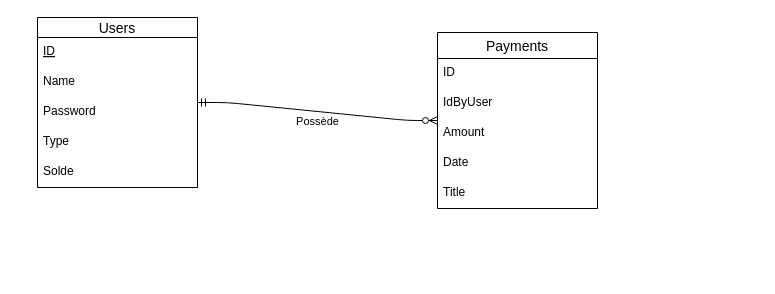
Earlier version of the draw.io diagram Documentation/MCD.drawio (Trobinsch/TPI_RSZ). Source tidied: cells renumbered, new cells numbered last; positions are measured from the earlier drawing's top-left corner, leaving out a move shared by most shapes. Both pictures are drawn from the tidied source at 100%, with x=0, y=0 at pixel (37, 17).
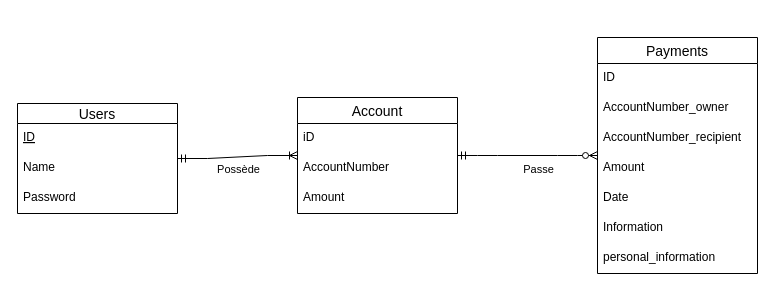
Above is the later version.

The edit, as a diff of the source:
```diff
@@
     <mxCell id="2" value="Users" style="swimlane;fontStyle=0;horizontal=1;startSize=20;align=center;fontSize=14;" parent="1" vertex="1">
-      <mxGeometry width="160" height="170" as="geometry" />
+      <mxGeometry x="-20" y="86" width="160" height="110" as="geometry" />
     </mxCell>
@@
-    <mxCell id="6" value="Type" style="text;strokeColor=none;fillColor=none;spacingLeft=4;spacingRight=4;overflow=hidden;fontSize=12;" parent="2" vertex="1">
-      <mxGeometry y="110" width="160" height="30" as="geometry" />
-    </mxCell>
-    <mxCell id="7" value="Solde" style="text;strokeColor=none;fillColor=none;spacingLeft=4;spacingRight=4;overflow=hidden;fontSize=12;" parent="2" vertex="1">
-      <mxGeometry y="140" width="160" height="30" as="geometry" />
-    </mxCell>
     <mxCell id="8" value="Payments" style="swimlane;fontStyle=0;horizontal=1;startSize=26;align=center;fontSize=14;" parent="1" vertex="1">
-      <mxGeometry x="400" y="15" width="160" height="176" as="geometry" />
+      <mxGeometry x="560" y="20" width="160" height="236" as="geometry" />
     </mxCell>
@@
-    <mxCell id="10" value="IdByUser" style="text;strokeColor=none;fillColor=none;spacingLeft=4;spacingRight=4;overflow=hidden;fontSize=12;" parent="8" vertex="1">
-      <mxGeometry y="56" width="160" height="30" as="geometry" />
-    </mxCell>
+    <mxCell id="16" value="AccountNumber_owner" style="text;strokeColor=none;fillColor=none;spacingLeft=4;spacingRight=4;overflow=hidden;fontSize=12;" parent="8" vertex="1">
+      <mxGeometry y="56" width="160" height="30" as="geometry" />
+    </mxCell>
+    <mxCell id="17" value="AccountNumber_recipient" style="text;strokeColor=none;fillColor=none;spacingLeft=4;spacingRight=4;overflow=hidden;fontSize=12;" parent="8" vertex="1">
+      <mxGeometry y="86" width="160" height="30" as="geometry" />
+    </mxCell>
     <mxCell id="11" value="Amount" style="text;strokeColor=none;fillColor=none;spacingLeft=4;spacingRight=4;overflow=hidden;fontSize=12;" parent="8" vertex="1">
-      <mxGeometry y="86" width="160" height="30" as="geometry" />
+      <mxGeometry y="116" width="160" height="30" as="geometry" />
     </mxCell>
     <mxCell id="12" value="Date" style="text;strokeColor=none;fillColor=none;spacingLeft=4;spacingRight=4;overflow=hidden;fontSize=12;" parent="8" vertex="1">
-      <mxGeometry y="116" width="160" height="30" as="geometry" />
+      <mxGeometry y="146" width="160" height="30" as="geometry" />
     </mxCell>
-    <mxCell id="13" value="Title" style="text;strokeColor=none;fillColor=none;spacingLeft=4;spacingRight=4;overflow=hidden;fontSize=12;" parent="8" vertex="1">
-      <mxGeometry y="146" width="160" height="30" as="geometry" />
+    <mxCell id="13" value="Information" style="text;strokeColor=none;fillColor=none;spacingLeft=4;spacingRight=4;overflow=hidden;fontSize=12;" parent="8" vertex="1">
+      <mxGeometry y="176" width="160" height="30" as="geometry" />
     </mxCell>
+    <mxCell id="18" value="personal_information" style="text;strokeColor=none;fillColor=none;spacingLeft=4;spacingRight=4;overflow=hidden;fontSize=12;" parent="8" vertex="1">
+      <mxGeometry y="206" width="160" height="30" as="geometry" />
+    </mxCell>
-    <mxCell id="14" style="edgeStyle=entityRelationEdgeStyle;fontSize=12;html=1;endArrow=ERzeroToMany;startArrow=ERmandOne;" parent="1" edge="1" source="2" target="8">
+    <mxCell id="14" style="edgeStyle=entityRelationEdgeStyle;fontSize=12;html=1;endArrow=ERzeroToMany;startArrow=ERmandOne;" parent="1" edge="1" source="19" target="8">
       <mxGeometry relative="1" as="geometry" />
     </mxCell>
-    <mxCell id="15" value="Possède" style="edgeLabel;html=1;align=center;verticalAlign=middle;" parent="14" vertex="1">
+    <mxCell id="15" value="Passe" style="edgeLabel;html=1;align=center;verticalAlign=middle;" parent="14" vertex="1">
       <mxGeometry x="-0.21" y="-2" relative="1" as="geometry">
-        <mxPoint x="25" y="10" as="offset" />
+        <mxPoint x="25" y="11" as="offset" />
       </mxGeometry>
     </mxCell>
+    <mxCell id="19" value="Account" style="swimlane;fontStyle=0;horizontal=1;startSize=26;align=center;fontSize=14;" parent="1" vertex="1">
+      <mxGeometry x="260" y="80" width="160" height="116" as="geometry" />
+    </mxCell>
+    <mxCell id="20" value="iD" style="text;strokeColor=none;fillColor=none;spacingLeft=4;spacingRight=4;overflow=hidden;fontSize=12;" parent="19" vertex="1">
+      <mxGeometry y="26" width="160" height="30" as="geometry" />
+    </mxCell>
+    <mxCell id="21" value="AccountNumber" style="text;strokeColor=none;fillColor=none;spacingLeft=4;spacingRight=4;overflow=hidden;fontSize=12;" parent="19" vertex="1">
+      <mxGeometry y="56" width="160" height="30" as="geometry" />
+    </mxCell>
+    <mxCell id="22" value="Amount" style="text;strokeColor=none;fillColor=none;spacingLeft=4;spacingRight=4;overflow=hidden;fontSize=12;" parent="19" vertex="1">
+      <mxGeometry y="86" width="160" height="30" as="geometry" />
+    </mxCell>
+    <mxCell id="23" style="edgeStyle=entityRelationEdgeStyle;fontSize=12;html=1;endArrow=ERoneToMany;startArrow=ERmandOne;rounded=0;" parent="1" edge="1" source="2" target="19">
+      <mxGeometry relative="1" as="geometry" />
+    </mxCell>
+    <mxCell id="24" value="Possède" style="edgeLabel;html=1;align=center;verticalAlign=middle;" parent="23" vertex="1">
+      <mxGeometry x="-0.22" y="-1" relative="1" as="geometry">
+        <mxPoint x="13" y="10" as="offset" />
+      </mxGeometry>
+    </mxCell>
```
